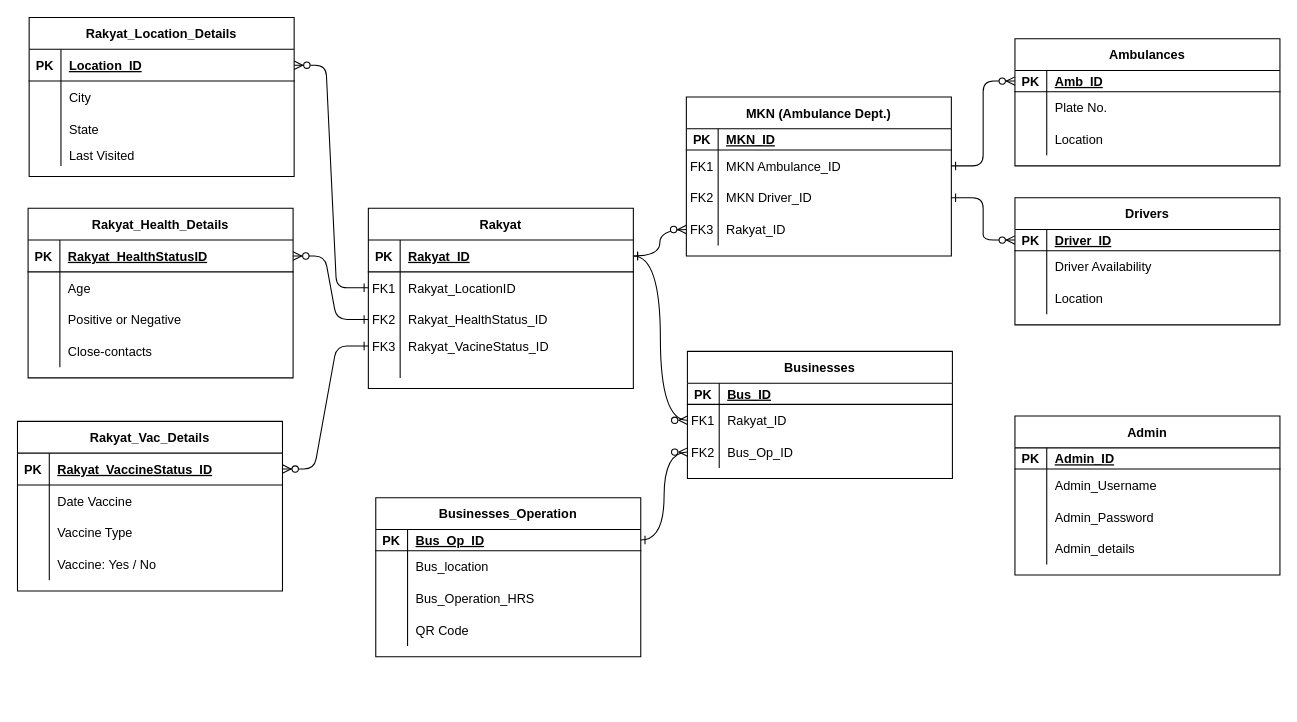
Earlier version of the draw.io diagram ERD2.drawio (AmirAini/BackEndDay1). Source tidied: cells renumbered, new cells numbered last; positions are measured from the earlier drawing's top-left corner, leaving out a move shared by most shapes. Both pictures are drawn from the tidied source at 106%, with x=0, y=0 at pixel (17, 17).
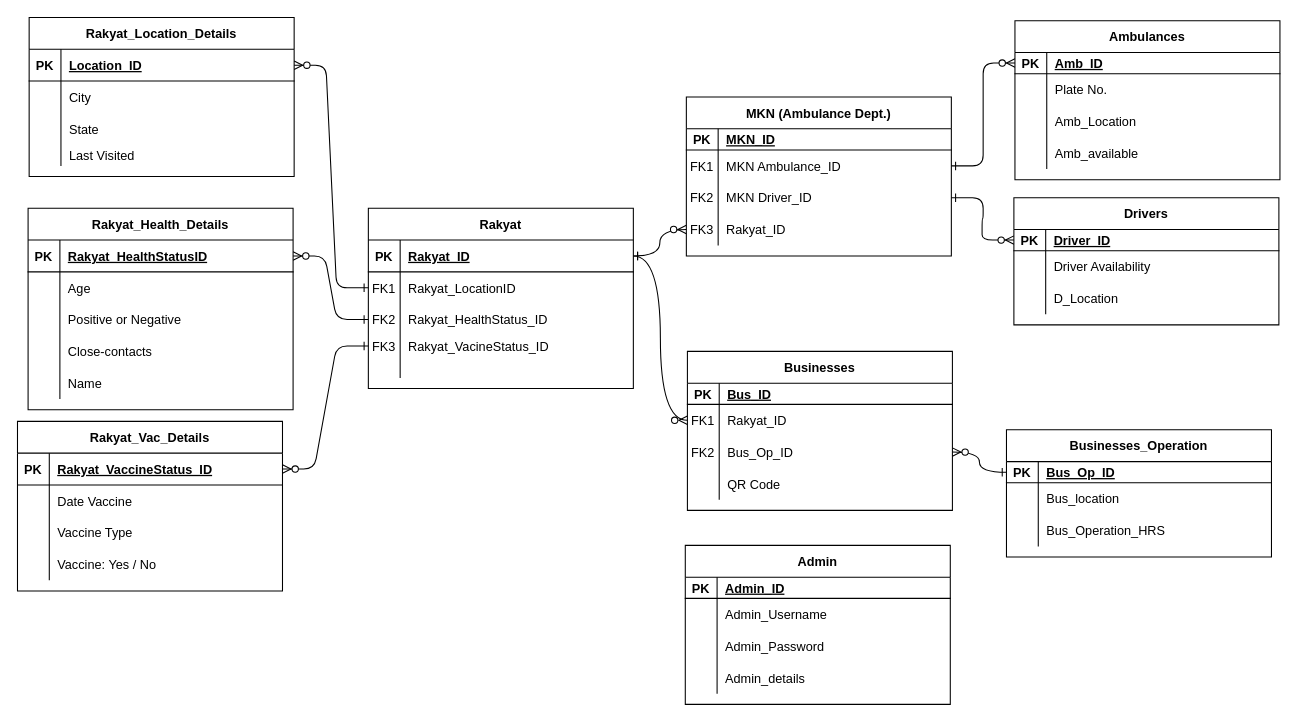
The same diagram, later.

The change refers to these unchanged cells:
```xml
<mxCell id="40" style="shape=partialRectangle;fillColor=none;points=[[0,0.5],[1,0.5]];portConstraint=eastwest;top=0;left=0;right=0;bottom=0;" parent="33" vertex="1">
  <mxGeometry y="80" width="250" height="30" as="geometry" />
</mxCell>
<mxCell id="50" style="shape=partialRectangle;fillColor=none;top=0;left=0;right=0;bottom=0;" parent="43" vertex="1">
  <mxGeometry y="80" width="250" height="30" as="geometry" />
</mxCell>
<mxCell id="60" style="shape=partialRectangle;fillColor=none;top=0;left=0;right=0;bottom=0;" parent="53" vertex="1">
  <mxGeometry y="80" width="250" height="30" as="geometry" />
</mxCell>
<mxCell id="108" style="shape=partialRectangle;fillColor=none;points=[[0,0.5],[1,0.5]];portConstraint=eastwest;top=0;left=0;right=0;bottom=1;" parent="107" vertex="1">
  <mxGeometry y="30" width="250" height="20" as="geometry" />
</mxCell>
```

The edit, as a diff of the source:
```diff
@@
     <mxCell id="33" value="Businesses" style="shape=table;startSize=30;childLayout=tableLayout;rowLines=0;fontStyle=1;align=center;" parent="1" vertex="1">
-      <mxGeometry x="632" y="315" width="250" height="120" as="geometry" />
+      <mxGeometry x="632" y="315" width="250" height="150" as="geometry" />
     </mxCell>
@@
+    <mxCell id="134" style="shape=partialRectangle;fillColor=none;top=0;left=0;right=0;bottom=0;" parent="33" vertex="1">
+      <mxGeometry y="110" width="250" height="30" as="geometry" />
+    </mxCell>
+    <mxCell id="135" style="shape=partialRectangle;overflow=hidden;fillColor=none;top=0;left=0;bottom=0;right=0;" parent="134" vertex="1">
+      <mxGeometry width="30" height="30" as="geometry" />
+    </mxCell>
+    <mxCell id="119" value="QR Code" style="shape=partialRectangle;overflow=hidden;fillColor=none;top=0;left=0;bottom=0;right=0;align=left;spacingLeft=6;" parent="134" vertex="1">
+      <mxGeometry x="30" width="220" height="30" as="geometry" />
+    </mxCell>
     <mxCell id="43" value="Ambulances" style="shape=table;startSize=30;childLayout=tableLayout;rowLines=0;fontStyle=1;align=center;" parent="1" vertex="1">
-      <mxGeometry x="941" y="20" width="250" height="120" as="geometry" />
+      <mxGeometry x="941" y="3" width="250" height="150" as="geometry" />
     </mxCell>
@@
-    <mxCell id="52" value="Location" style="shape=partialRectangle;overflow=hidden;fillColor=none;top=0;left=0;bottom=0;right=0;align=left;spacingLeft=6;" parent="50" vertex="1">
+    <mxCell id="52" value="Amb_Location" style="shape=partialRectangle;overflow=hidden;fillColor=none;top=0;left=0;bottom=0;right=0;align=left;spacingLeft=6;" parent="50" vertex="1">
       <mxGeometry x="30" width="220" height="30" as="geometry" />
     </mxCell>
+    <mxCell id="136" style="shape=partialRectangle;fillColor=none;top=0;left=0;right=0;bottom=0;" parent="43" vertex="1">
+      <mxGeometry y="110" width="250" height="30" as="geometry" />
+    </mxCell>
+    <mxCell id="137" style="shape=partialRectangle;overflow=hidden;fillColor=none;top=0;left=0;bottom=0;right=0;" parent="136" vertex="1">
+      <mxGeometry width="30" height="30" as="geometry" />
+    </mxCell>
+    <mxCell id="138" value="Amb_available" style="shape=partialRectangle;overflow=hidden;fillColor=none;top=0;left=0;bottom=0;right=0;align=left;spacingLeft=6;" parent="136" vertex="1">
+      <mxGeometry x="30" width="220" height="30" as="geometry" />
+    </mxCell>
     <mxCell id="53" value="Drivers" style="shape=table;startSize=30;childLayout=tableLayout;rowLines=0;fontStyle=1;align=center;" parent="1" vertex="1">
-      <mxGeometry x="941" y="170" width="250" height="120" as="geometry" />
+      <mxGeometry x="940" y="170" width="250" height="120" as="geometry" />
     </mxCell>
@@
-    <mxCell id="62" value="Location" style="shape=partialRectangle;overflow=hidden;fillColor=none;top=0;left=0;bottom=0;right=0;align=left;spacingLeft=6;" parent="60" vertex="1">
+    <mxCell id="62" value="D_Location" style="shape=partialRectangle;overflow=hidden;fillColor=none;top=0;left=0;bottom=0;right=0;align=left;spacingLeft=6;" parent="60" vertex="1">
       <mxGeometry x="30" width="220" height="30" as="geometry" />
     </mxCell>
@@
     <mxCell id="77" value="Rakyat_Health_Details" style="shape=table;startSize=30;childLayout=tableLayout;rowLines=0;fontStyle=1;align=center;" parent="1" vertex="1">
-      <mxGeometry x="10" y="180" width="250" height="160" as="geometry" />
+      <mxGeometry x="10" y="180" width="250" height="190" as="geometry" />
     </mxCell>
@@
+    <mxCell id="139" style="shape=partialRectangle;fillColor=none;top=0;left=0;right=0;bottom=0;" parent="77" vertex="1">
+      <mxGeometry y="150" width="250" height="30" as="geometry" />
+    </mxCell>
+    <mxCell id="140" style="shape=partialRectangle;overflow=hidden;fillColor=none;top=0;left=0;bottom=0;right=0;" parent="139" vertex="1">
+      <mxGeometry width="30" height="30" as="geometry" />
+    </mxCell>
+    <mxCell id="141" value="Name" style="shape=partialRectangle;overflow=hidden;fillColor=none;top=0;left=0;bottom=0;right=0;align=left;spacingLeft=6;" parent="139" vertex="1">
+      <mxGeometry x="30" width="220" height="30" as="geometry" />
+    </mxCell>
@@
     <mxCell id="107" value="Businesses_Operation" style="shape=table;startSize=30;childLayout=tableLayout;rowLines=0;fontStyle=1;align=center;" parent="1" vertex="1">
-      <mxGeometry x="338" y="453" width="250" height="150" as="geometry" />
+      <mxGeometry x="933" y="389" width="250" height="120" as="geometry" />
     </mxCell>
@@
-    <mxCell id="117" style="shape=partialRectangle;fillColor=none;top=0;left=0;right=0;bottom=0;" parent="107" vertex="1">
-      <mxGeometry y="110" width="250" height="30" as="geometry" />
-    </mxCell>
-    <mxCell id="118" style="shape=partialRectangle;overflow=hidden;fillColor=none;top=0;left=0;bottom=0;right=0;" parent="117" vertex="1">
-      <mxGeometry width="30" height="30" as="geometry" />
-    </mxCell>
-    <mxCell id="119" value="QR Code" style="shape=partialRectangle;overflow=hidden;fillColor=none;top=0;left=0;bottom=0;right=0;align=left;spacingLeft=6;" parent="117" vertex="1">
-      <mxGeometry x="30" width="220" height="30" as="geometry" />
-    </mxCell>
-    <mxCell id="120" style="edgeStyle=orthogonalEdgeStyle;endArrow=ERzeroToMany;startArrow=ERone;endFill=1;startFill=0;curved=1;exitX=1;exitY=0.5;exitDx=0;exitDy=0;" parent="1" edge="1" source="108" target="40">
+    <mxCell id="120" style="edgeStyle=orthogonalEdgeStyle;endArrow=ERzeroToMany;startArrow=ERone;endFill=1;startFill=0;curved=1;" parent="1" edge="1" source="108" target="40">
       <mxGeometry relative="1" as="geometry" />
     </mxCell>
     <mxCell id="121" value="Admin" style="shape=table;startSize=30;childLayout=tableLayout;rowLines=0;fontStyle=1;align=center;" parent="1" vertex="1">
-      <mxGeometry x="941" y="376" width="250" height="150" as="geometry" />
+      <mxGeometry x="630" y="498" width="250" height="150" as="geometry" />
     </mxCell>
```
